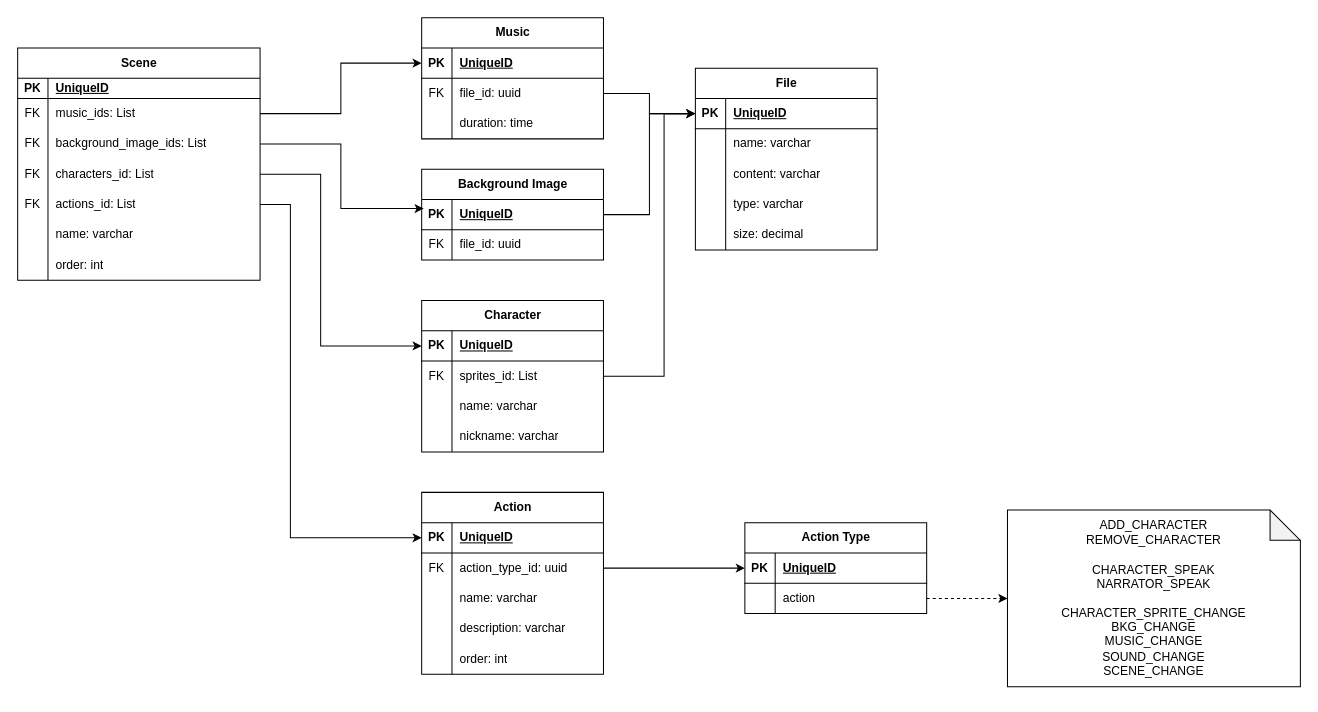
aeribmm/Visual-Redactor keeps this draw.io diagram as page "Database Model" (1 of 2) of Database_Model.drawio. Above is the earlier version. Source tidied: cells renumbered, new cells numbered last; positions are measured from the earlier drawing's top-left corner, leaving out a move shared by most shapes. Both pictures are drawn from the tidied source at 101%, with x=0, y=0 at pixel (17, 17).
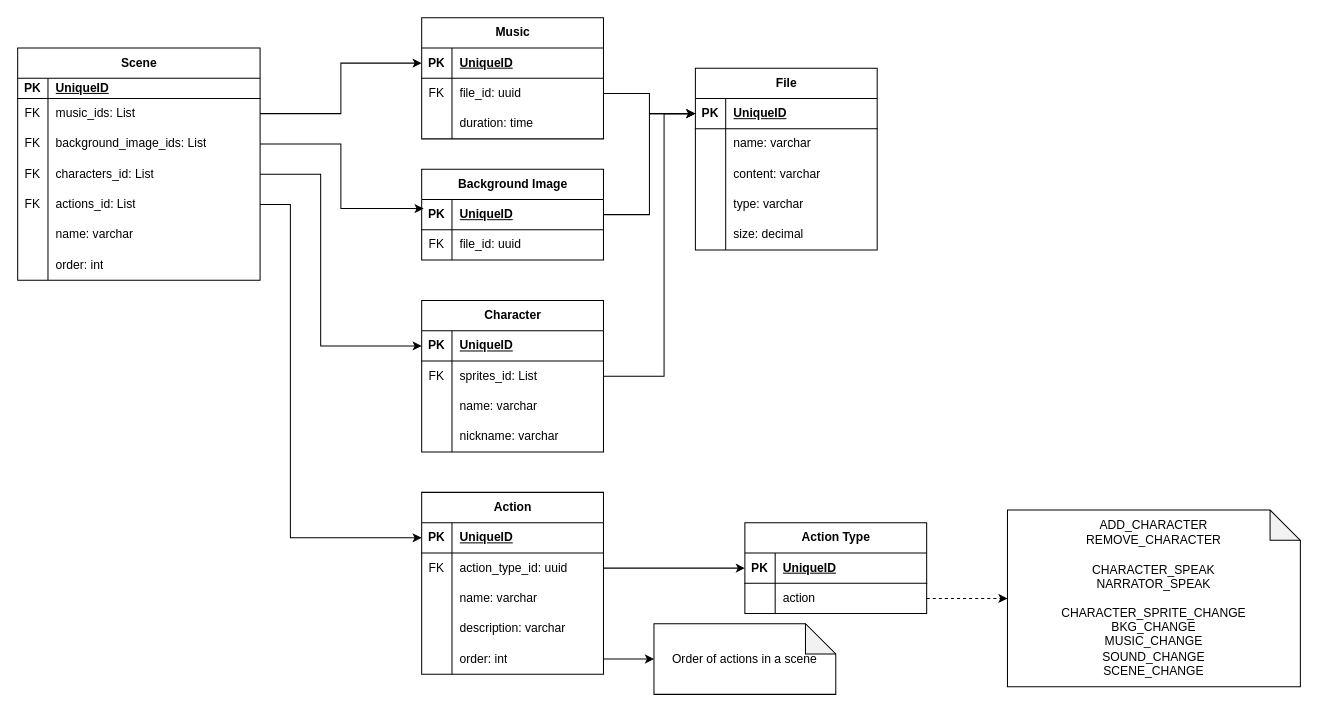
After the change.

Commit message:
Added a new note in the db model

The change refers to these unchanged cells:
```xml
<mxCell id="88" style="shape=tableRow;horizontal=0;startSize=0;swimlaneHead=0;swimlaneBody=0;fillColor=none;points=[[0,0.5],[1,0.5]];portConstraint=eastwest;top=0;left=0;right=0;bottom=0;" parent="75" vertex="1">
  <mxGeometry y="150" width="180" height="30" as="geometry" />
</mxCell>
```

Change to the diagram source:
```diff
@@
+    <mxCell id="103" value="&lt;div&gt;Order of actions in a scene&lt;/div&gt;" style="shape=note;whiteSpace=wrap;html=1;backgroundOutline=1;darkOpacity=0.05;" parent="1" vertex="1">
+      <mxGeometry x="630" y="600" width="180" height="70" as="geometry" />
+    </mxCell>
+    <mxCell id="104" style="edgeStyle=orthogonalEdgeStyle;rounded=0;jettySize=auto;html=1;" parent="1" edge="1" source="88" target="103">
+      <mxGeometry relative="1" as="geometry" />
+    </mxCell>
```
